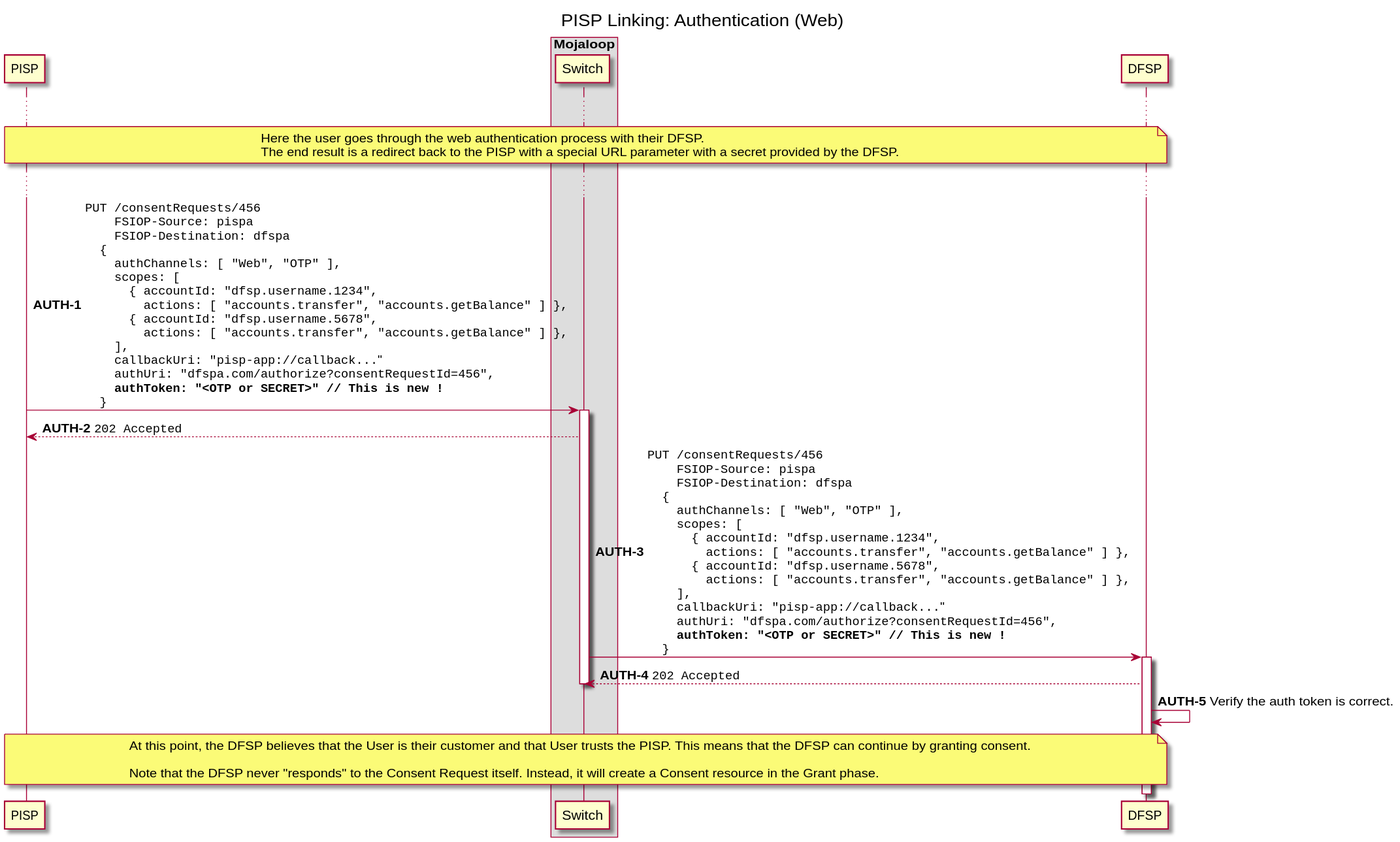
This is docs/out/linking/3-authentication-web.svg from mojaloop/pisp-project, a PlantUML export, as it was before one commit. Its source is kept beside it as docs/linking/3-authentication-web.puml.
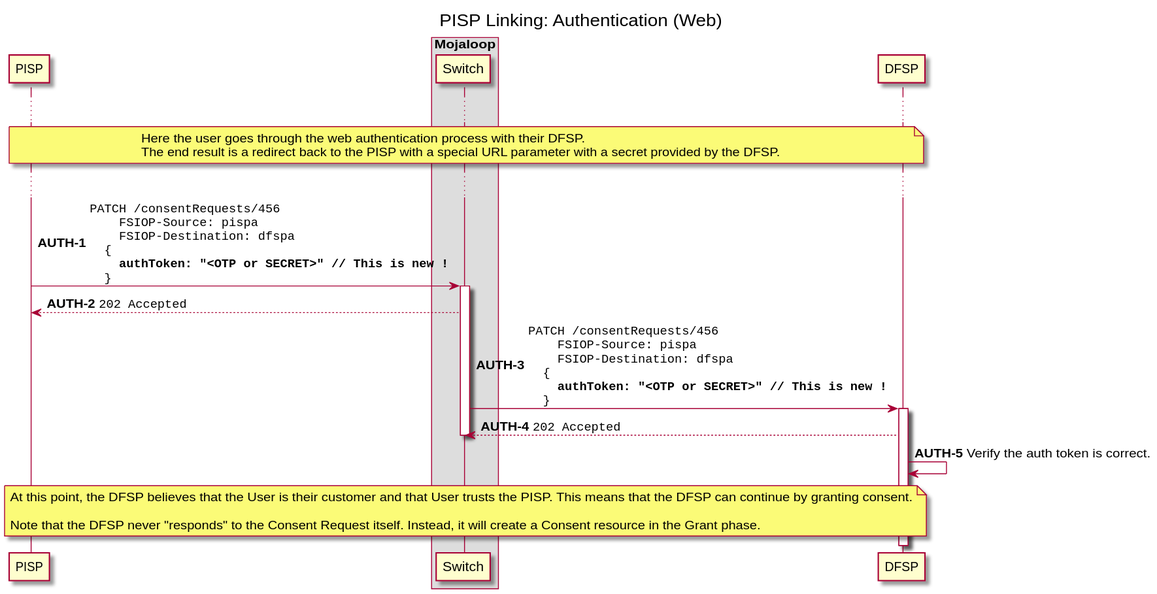
Above is the later version.

The edit, as a diff of the source:
```diff
@@ -23,37 +23,19 @@
 
 autonumber 1 "<b>AUTH-#</b>"
 
-PISP -> Switch ++: ""PUT /consentRequests/456""\n\
+PISP -> Switch ++: ""PATCH /consentRequests/456""\n\
     ""  FSIOP-Source: pispa""\n\
     ""  FSIOP-Destination: dfspa""\n\
 ""  {""\n\
-    ""  authChannels: [ "Web", "OTP" ],""\n\
-    ""  scopes: [ ""\n\
-    ""    { accountId: "dfsp.username.1234",""\n\
-    ""      actions: [ "accounts.transfer", "accounts.getBalance" ] },""\n\
-    ""    { accountId: "dfsp.username.5678",""\n\
-    ""      actions: [ "accounts.transfer", "accounts.getBalance" ] },""\n\
-    ""  ],""\n\
-    ""  callbackUri: "pisp-app://callback..."""\n\
-    ""  authUri: "dfspa.com/authorize?consentRequestId=456",""\n\
     ""  **authToken: "<OTP or SECRET>" // This is new !**""\n\
     ""}""
 Switch --> PISP: ""202 Accepted""
 deactivate PISP
 
-Switch -> DFSP ++: ""PUT /consentRequests/456""\n\
+Switch -> DFSP ++: ""PATCH /consentRequests/456""\n\
     ""  FSIOP-Source: pispa""\n\
     ""  FSIOP-Destination: dfspa""\n\
 ""  {""\n\
-    ""  authChannels: [ "Web", "OTP" ],""\n\
-    ""  scopes: [ ""\n\
-    ""    { accountId: "dfsp.username.1234",""\n\
-    ""      actions: [ "accounts.transfer", "accounts.getBalance" ] },""\n\
-    ""    { accountId: "dfsp.username.5678",""\n\
-    ""      actions: [ "accounts.transfer", "accounts.getBalance" ] },""\n\
-    ""  ],""\n\
-    ""  callbackUri: "pisp-app://callback..."""\n\
-    ""  authUri: "dfspa.com/authorize?consentRequestId=456",""\n\
     ""  **authToken: "<OTP or SECRET>" // This is new !**""\n\
     ""}""
 DFSP --> Switch: ""202 Accepted""
```
